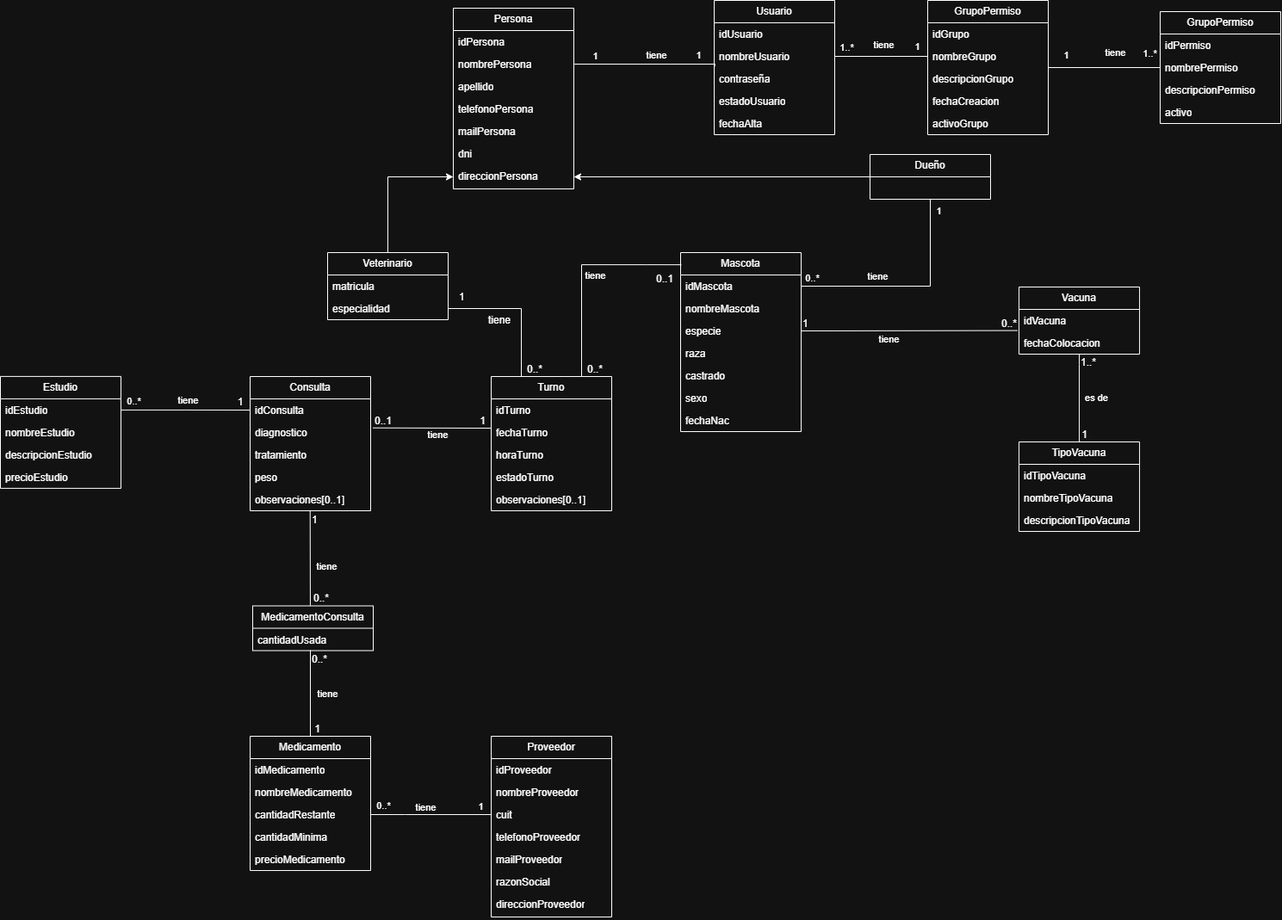
ggiuliana/DSW-tp keeps this draw.io diagram as docs/modeloVete.png. Above is the earlier version. Source tidied: cells renumbered, new cells last; positions are measured from the earlier drawing's top-left corner, leaving out a move shared by most shapes.
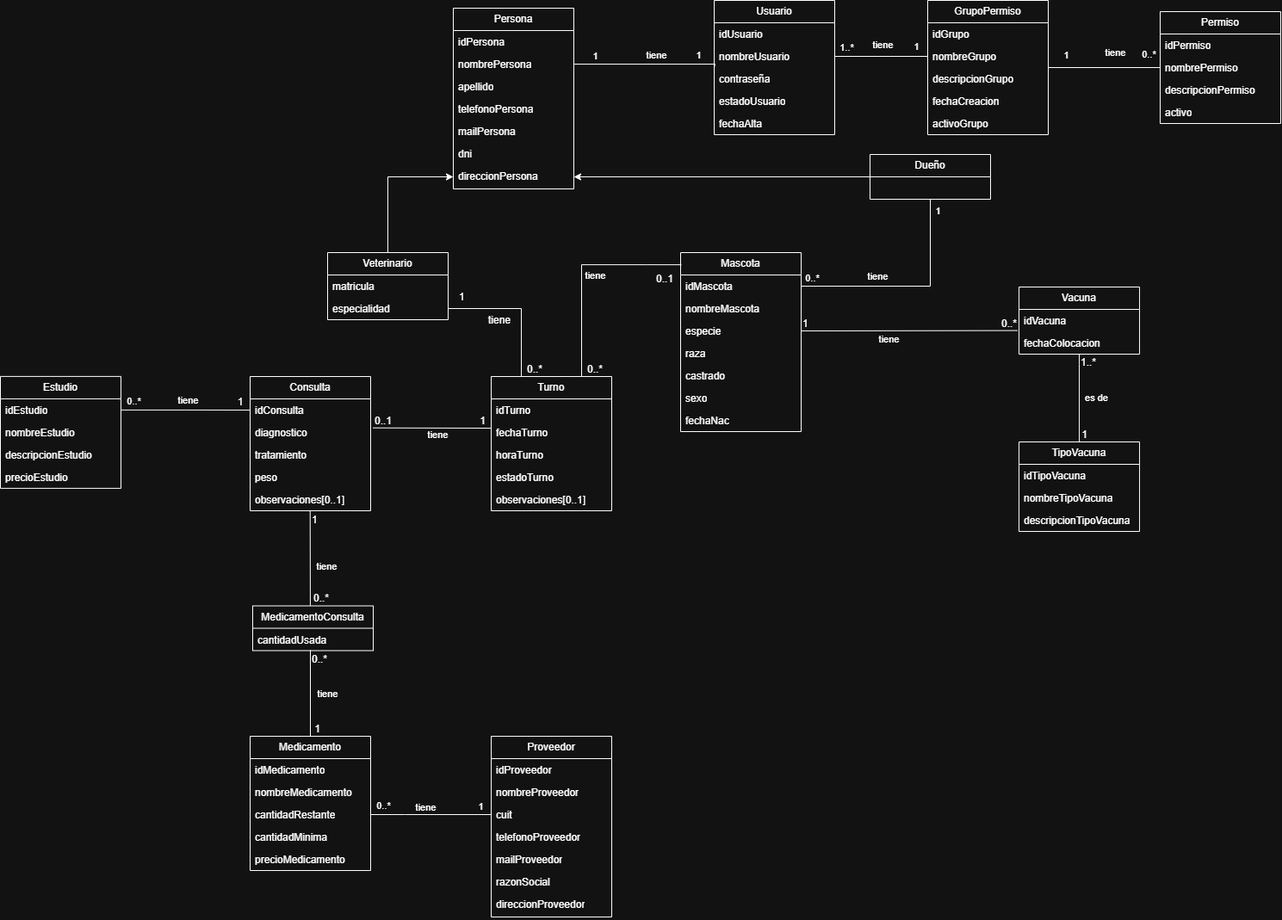
Above is the later version.

Commit message:
Actualizacion del modelo

Diff of the diagram source:
```diff
@@ -2,7 +2,7 @@
   <root>
     <mxCell id="0" />
     <mxCell id="1" parent="0" />
-    <mxCell id="2" value="GrupoPermiso" style="swimlane;fontStyle=0;horizontal=1;startSize=26;fillColor=none;whiteSpace=wrap;html=1;" parent="1" vertex="1">
+    <mxCell id="2" value="Permiso" style="swimlane;fontStyle=0;horizontal=1;startSize=26;fillColor=none;whiteSpace=wrap;html=1;" parent="1" vertex="1">
       <mxGeometry x="1347" y="13" width="140" height="130" as="geometry" />
     </mxCell>
     <mxCell id="3" value="idPermiso" style="text;strokeColor=none;fillColor=none;align=left;verticalAlign=top;spacingLeft=4;spacingRight=4;overflow=hidden;whiteSpace=wrap;html=1;" parent="2" vertex="1">
@@ -333,6 +333,11 @@
         <mxPoint x="6" y="-16" as="offset" />
       </mxGeometry>
     </mxCell>
+    <mxCell id="133" value="0..*" style="edgeLabel;html=1;align=center;verticalAlign=middle;" parent="93" vertex="1">
+      <mxGeometry x="0.74" y="2" relative="1" as="geometry">
+        <mxPoint x="4" y="-14" as="offset" />
+      </mxGeometry>
+    </mxCell>
     <mxCell id="95" value="GrupoPermiso" style="swimlane;fontStyle=0;horizontal=1;startSize=26;fillColor=none;whiteSpace=wrap;html=1;" parent="1" vertex="1">
       <mxGeometry x="1077" width="140" height="156" as="geometry" />
     </mxCell>
@@ -394,11 +399,6 @@
         <mxPoint y="-12" as="offset" />
       </mxGeometry>
     </mxCell>
-    <mxCell id="110" value="1..*" style="edgeLabel;html=1;align=center;verticalAlign=middle;" parent="106" vertex="1">
-      <mxGeometry x="-0.52" y="-5" relative="1" as="geometry">
-        <mxPoint x="339" y="-9" as="offset" />
-      </mxGeometry>
-    </mxCell>
     <mxCell id="111" value="tiene" style="edgeLabel;html=1;align=center;verticalAlign=middle;" parent="106" vertex="1">
       <mxGeometry x="0.04" y="2" relative="1" as="geometry">
         <mxPoint x="269" y="-3" as="offset" />
```
